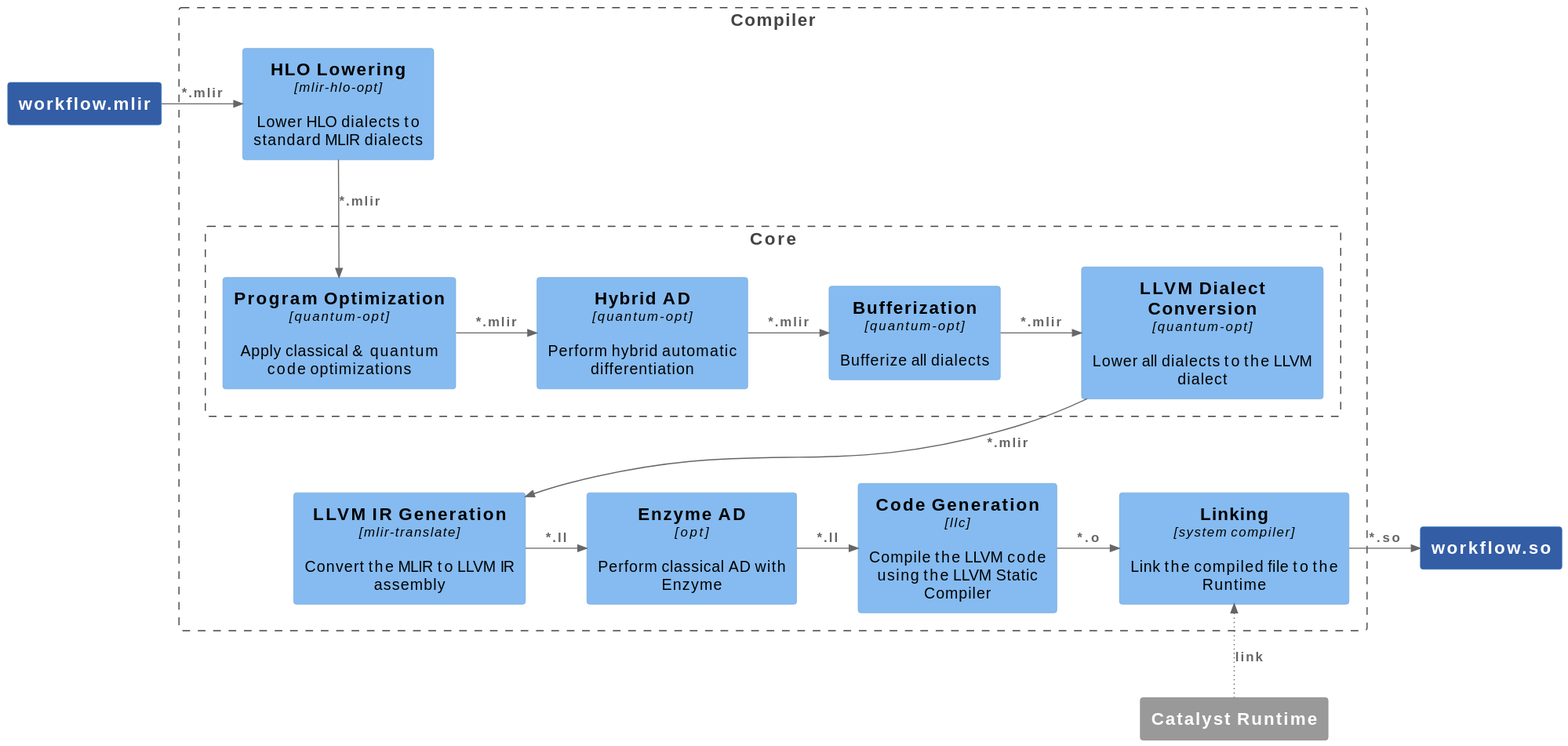
Before: doc/_static/arch/compiler.svg, a diagram exported from PlantUML (PennyLaneAI/catalyst).
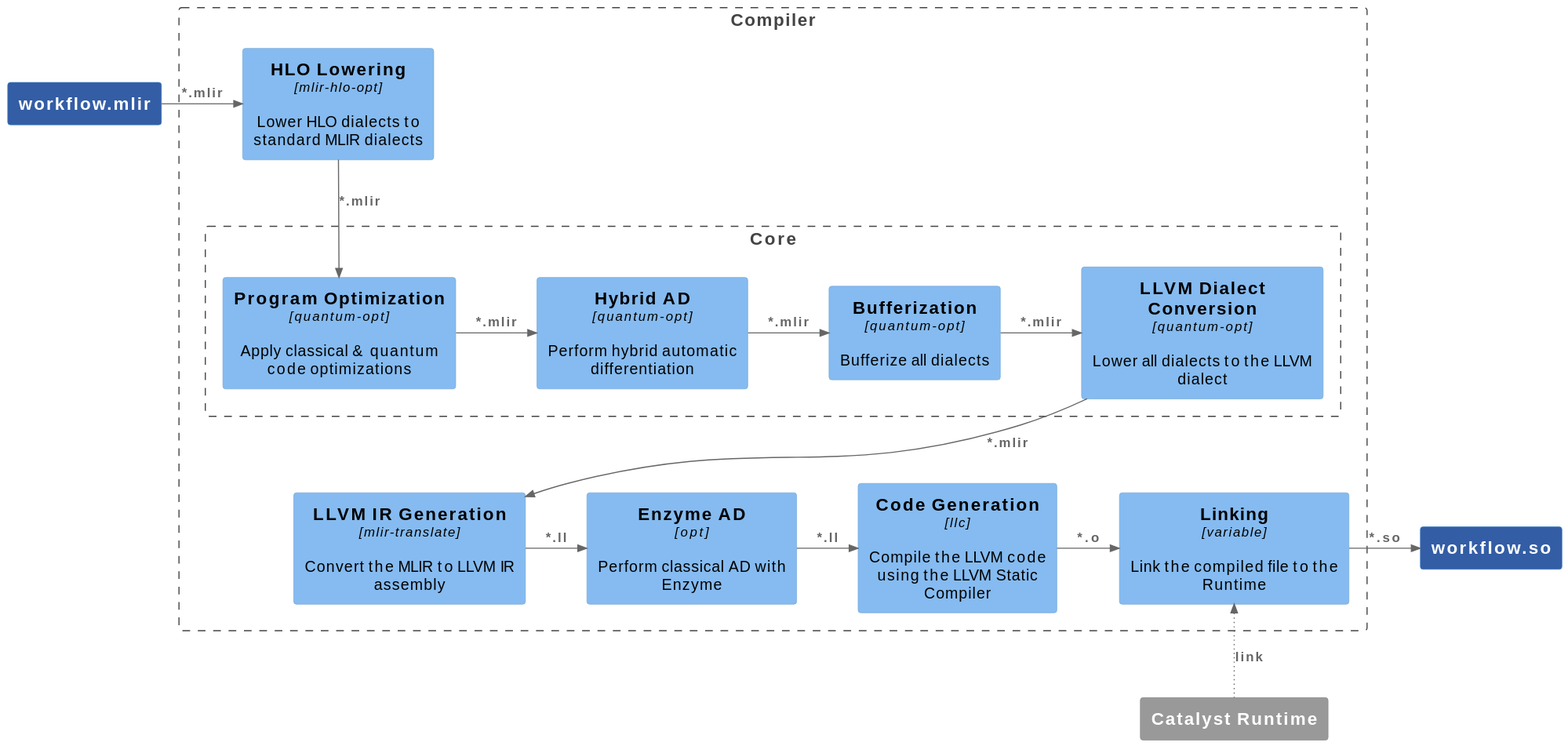
After the change.

The edit, as a diff of the source:
```diff
@@ -30,7 +30,7 @@
 
   Component(_o_, "Code Generation", "llc", "Compile the LLVM code using the LLVM Static Compiler")
 
-  Component(_so_, "Linking", "system compiler", "Link the compiled file to the Runtime")
+  Component(_so_, "Linking", "variable", "Link the compiled file to the Runtime")
 
 }
 
```
